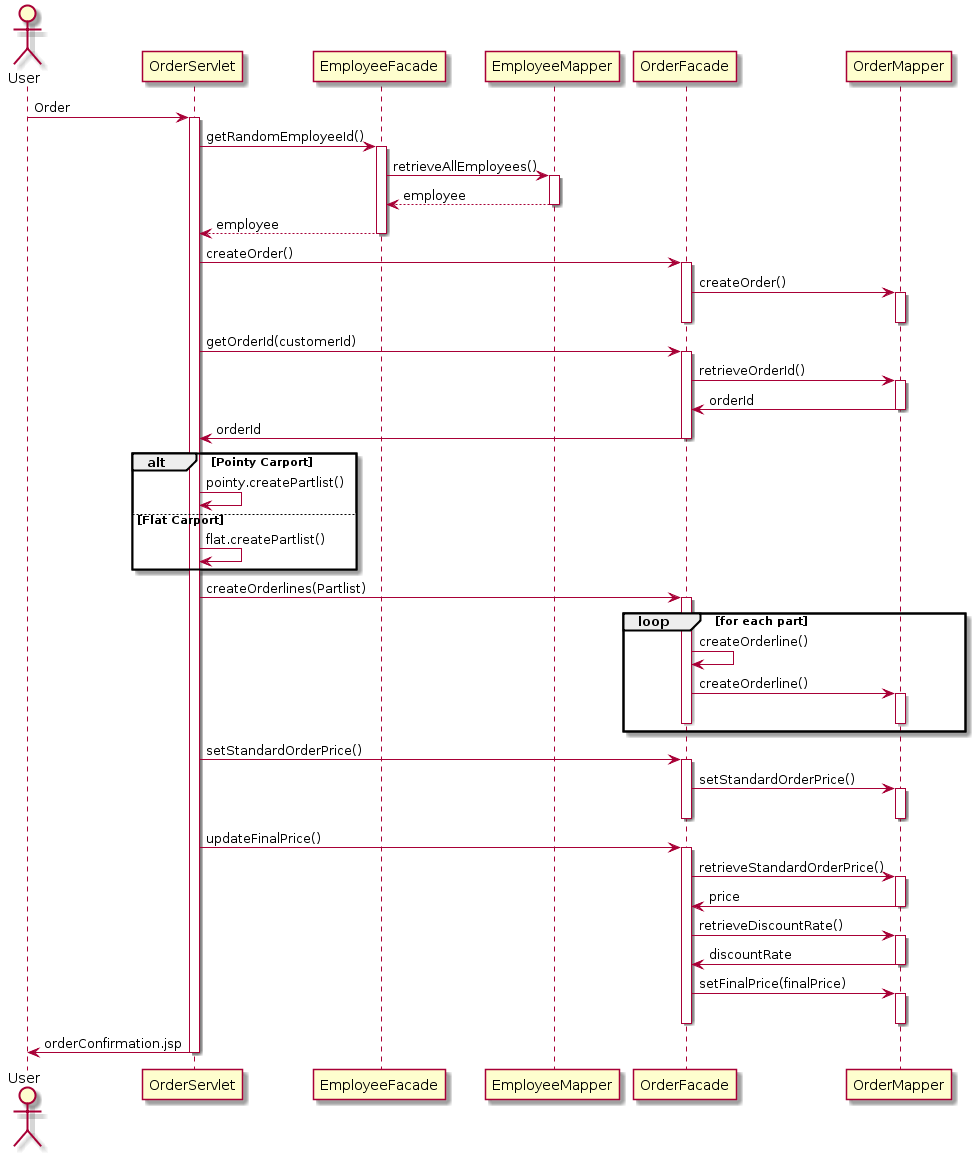
ThomasThimothee/FOG-Assignment-C1 keeps this PlantUML diagram as createOrderSequenceDiagram.png. Above is the earlier version.
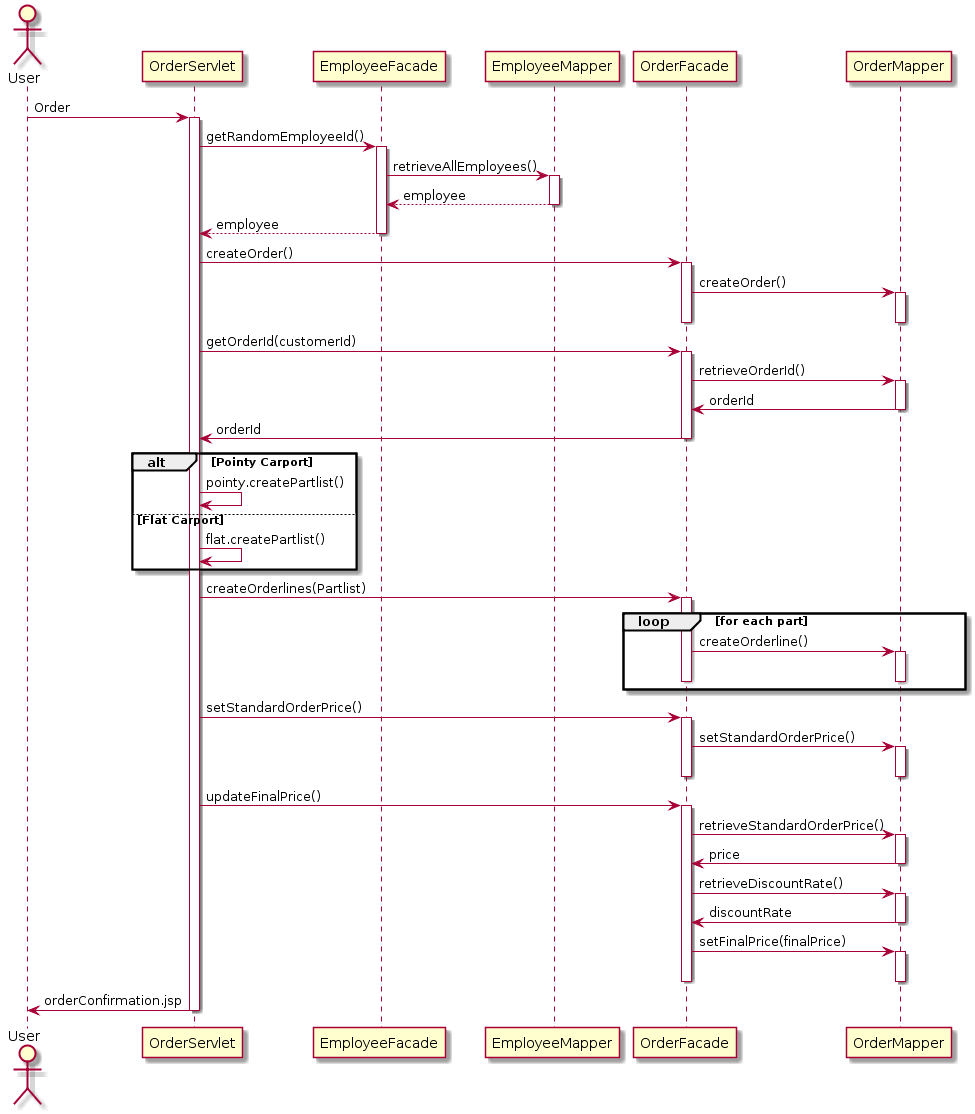
Above is the later version.

The edit, as a diff of the source:
```diff
@@ -44,7 +44,6 @@
 activate OrderFacade
 
 loop for each part
-OrderFacade -> OrderFacade: createOrderline()
 OrderFacade -> OrderMapper: createOrderline()
 activate OrderMapper
 deactivate OrderMapper
```
